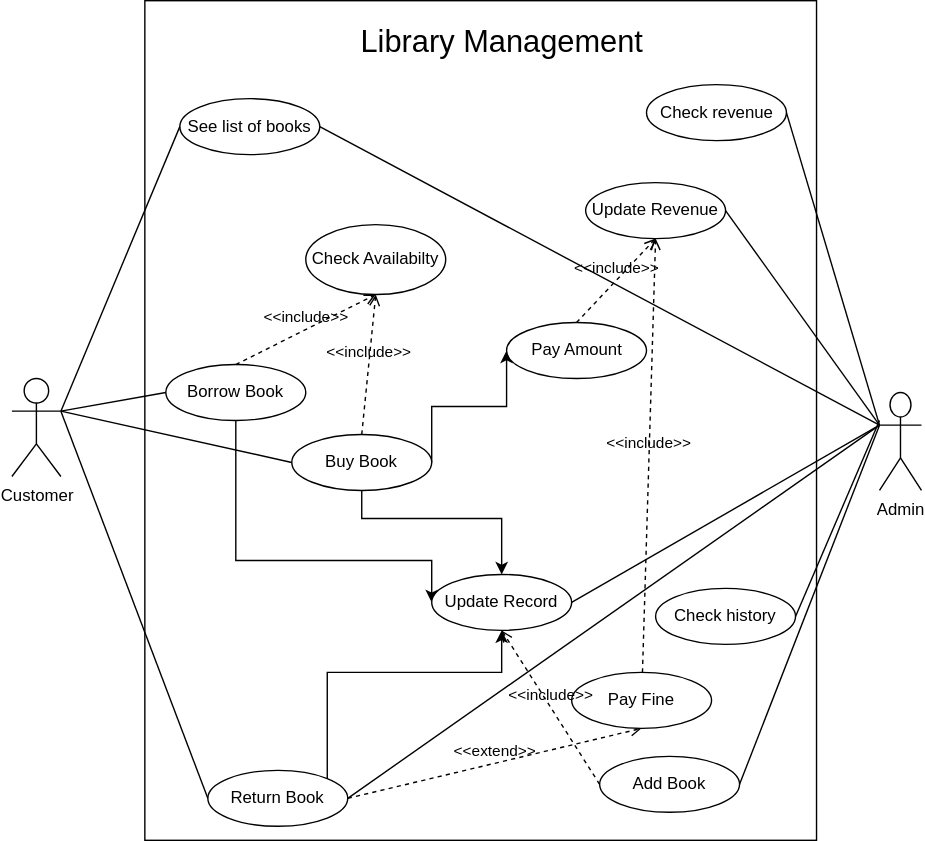
This is Library/control-flows/Case Diagram.svg from adarsh-kishore786/IT-Project, a draw.io export, as it was before one commit. Source tidied: cells renumbered, new cells last; positions are measured from the earlier drawing's top-left corner, leaving out a move shared by most shapes.
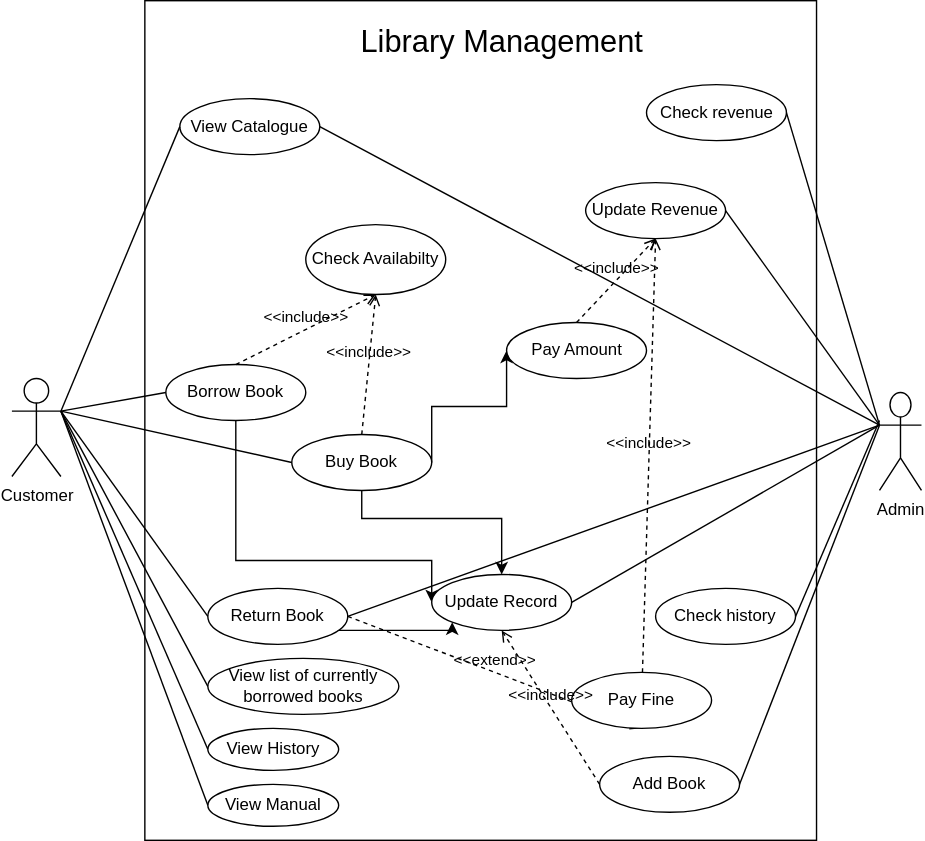
Above is the later version.

The edit, as a diff of the source:
```diff
@@ -37,16 +37,18 @@
     <mxCell id="9" value="Buy Book" style="ellipse;whiteSpace=wrap;html=1;" parent="1" vertex="1">
       <mxGeometry x="200" y="310" width="100" height="40" as="geometry" />
     </mxCell>
-    <mxCell id="10" style="edgeStyle=elbowEdgeStyle;rounded=0;jettySize=auto;elbow=vertical;html=1;exitX=1;exitY=1;exitDx=0;exitDy=0;entryX=0.5;entryY=1;entryDx=0;entryDy=0;" parent="1" edge="1" source="11" target="27">
+    <mxCell id="10" style="edgeStyle=elbowEdgeStyle;rounded=0;jettySize=auto;elbow=vertical;html=1;exitX=1;exitY=1;exitDx=0;exitDy=0;entryX=0;entryY=1;entryDx=0;entryDy=0;" parent="1" edge="1" source="11" target="27">
       <mxGeometry relative="1" as="geometry">
         <Array as="points">
+          <mxPoint x="290" y="450" />
+          <mxPoint x="240" y="450" />
           <mxPoint x="290" y="480" />
           <mxPoint x="350" y="440" />
         </Array>
       </mxGeometry>
     </mxCell>
     <mxCell id="11" value="Return Book" style="ellipse;whiteSpace=wrap;html=1;" parent="1" vertex="1">
-      <mxGeometry x="140" y="550" width="100" height="40" as="geometry" />
+      <mxGeometry x="140" y="420" width="100" height="40" as="geometry" />
     </mxCell>
     <mxCell id="12" style="endArrow=none;html=1;rounded=0;entryX=0;entryY=0.5;entryDx=0;entryDy=0;exitX=1;exitY=0.3333333333333333;exitDx=0;exitDy=0;exitPerimeter=0;" parent="1" edge="1" source="2" target="9">
       <mxGeometry relative="1" as="geometry" />
@@ -63,7 +65,7 @@
     <mxCell id="16" value="&lt;font style=&quot;font-size: 22px&quot;&gt;Library Management&lt;/font&gt;" style="text;html=1;strokeColor=none;fillColor=none;align=center;verticalAlign=middle;whiteSpace=wrap;rounded=0;" parent="1" vertex="1">
       <mxGeometry x="246.5" width="207" height="60" as="geometry" />
     </mxCell>
-    <mxCell id="17" value="See list of books" style="ellipse;whiteSpace=wrap;html=1;" parent="1" vertex="1">
+    <mxCell id="17" value="View Catalogue" style="ellipse;whiteSpace=wrap;html=1;" parent="1" vertex="1">
       <mxGeometry x="120" y="70" width="100" height="40" as="geometry" />
     </mxCell>
     <mxCell id="18" style="endArrow=none;html=1;rounded=0;entryX=0;entryY=0.5;entryDx=0;entryDy=0;exitX=1;exitY=0.3333333333333333;exitDx=0;exitDy=0;exitPerimeter=0;" parent="1" edge="1" source="2" target="17">
@@ -134,5 +136,23 @@
     <mxCell id="39" value="&amp;lt;&amp;lt;include&amp;gt;&amp;gt;" style="html=1;verticalAlign=bottom;labelBackgroundColor=none;endArrow=open;endFill=0;dashed=1;exitX=0;exitY=0.5;exitDx=0;exitDy=0;entryX=0.5;entryY=1;entryDx=0;entryDy=0;" parent="1" edge="1" source="37" target="27">
       <mxGeometry relative="1" as="geometry" />
     </mxCell>
+    <mxCell id="40" value="View History" style="ellipse;whiteSpace=wrap;html=1;" parent="1" vertex="1">
+      <mxGeometry x="140" y="520" width="93.5" height="30" as="geometry" />
+    </mxCell>
+    <mxCell id="41" style="endArrow=none;html=1;entryX=1;entryY=0.3333333333333333;entryDx=0;entryDy=0;entryPerimeter=0;exitX=0;exitY=0.5;exitDx=0;exitDy=0;" parent="1" edge="1" source="40" target="2">
+      <mxGeometry relative="1" as="geometry" />
+    </mxCell>
+    <mxCell id="42" value="View list of currently borrowed books" style="ellipse;whiteSpace=wrap;html=1;" parent="1" vertex="1">
+      <mxGeometry x="140" y="470" width="136.5" height="40" as="geometry" />
+    </mxCell>
+    <mxCell id="43" style="endArrow=none;html=1;exitX=0;exitY=0.5;exitDx=0;exitDy=0;entryX=1;entryY=0.3333333333333333;entryDx=0;entryDy=0;entryPerimeter=0;" parent="1" edge="1" source="42" target="2">
+      <mxGeometry relative="1" as="geometry" />
+    </mxCell>
+    <mxCell id="44" value="View Manual" style="ellipse;whiteSpace=wrap;html=1;" parent="1" vertex="1">
+      <mxGeometry x="140" y="560" width="93.5" height="30" as="geometry" />
+    </mxCell>
+    <mxCell id="45" style="endArrow=none;html=1;exitX=0;exitY=0.5;exitDx=0;exitDy=0;entryX=1;entryY=0.3333333333333333;entryDx=0;entryDy=0;entryPerimeter=0;" parent="1" edge="1" source="44" target="2">
+      <mxGeometry relative="1" as="geometry" />
+    </mxCell>
   </root>
 </mxGraphModel>
```
